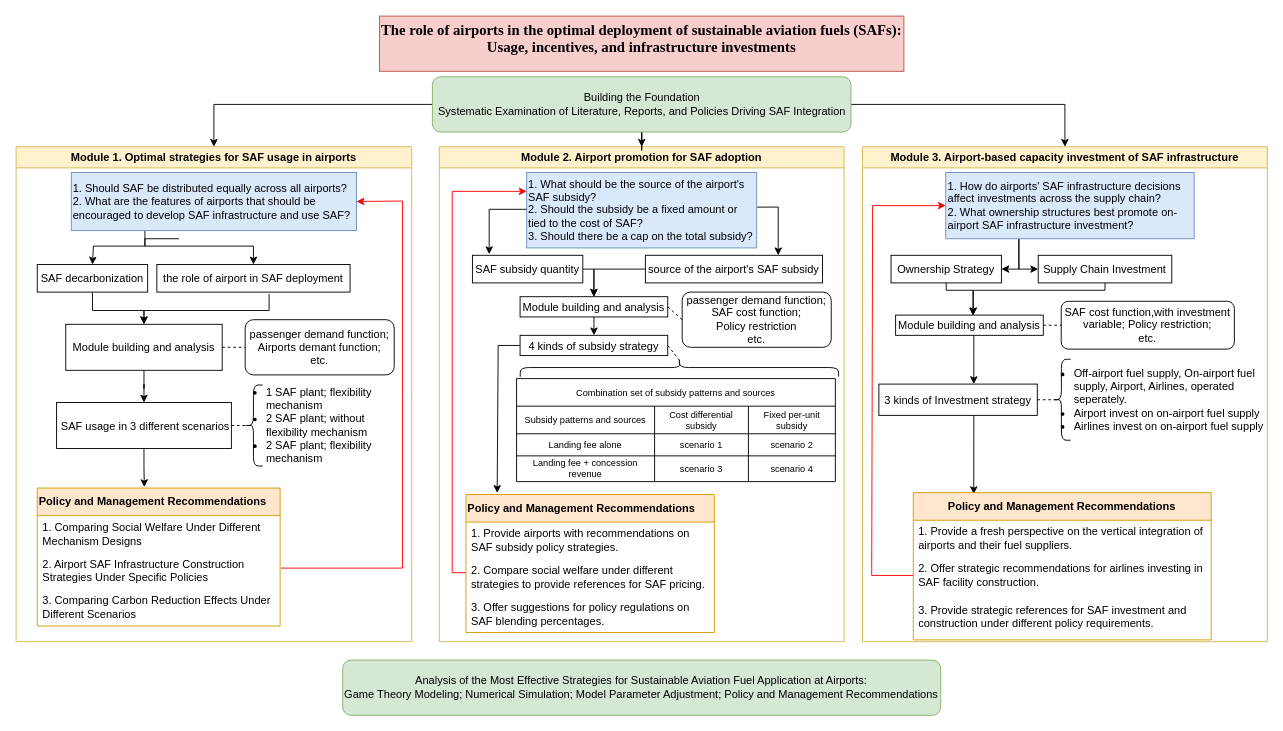
This is 技术路线图.drawio from HengfeiMa95/paper-reading, a draw.io file, before an edit. Source tidied: cells renumbered, new cells numbered last; positions are measured from the earlier drawing's top-left corner, leaving out a move shared by most shapes. Both pictures are drawn from the tidied source at 92%, with x=0, y=0 at pixel (16, 16).
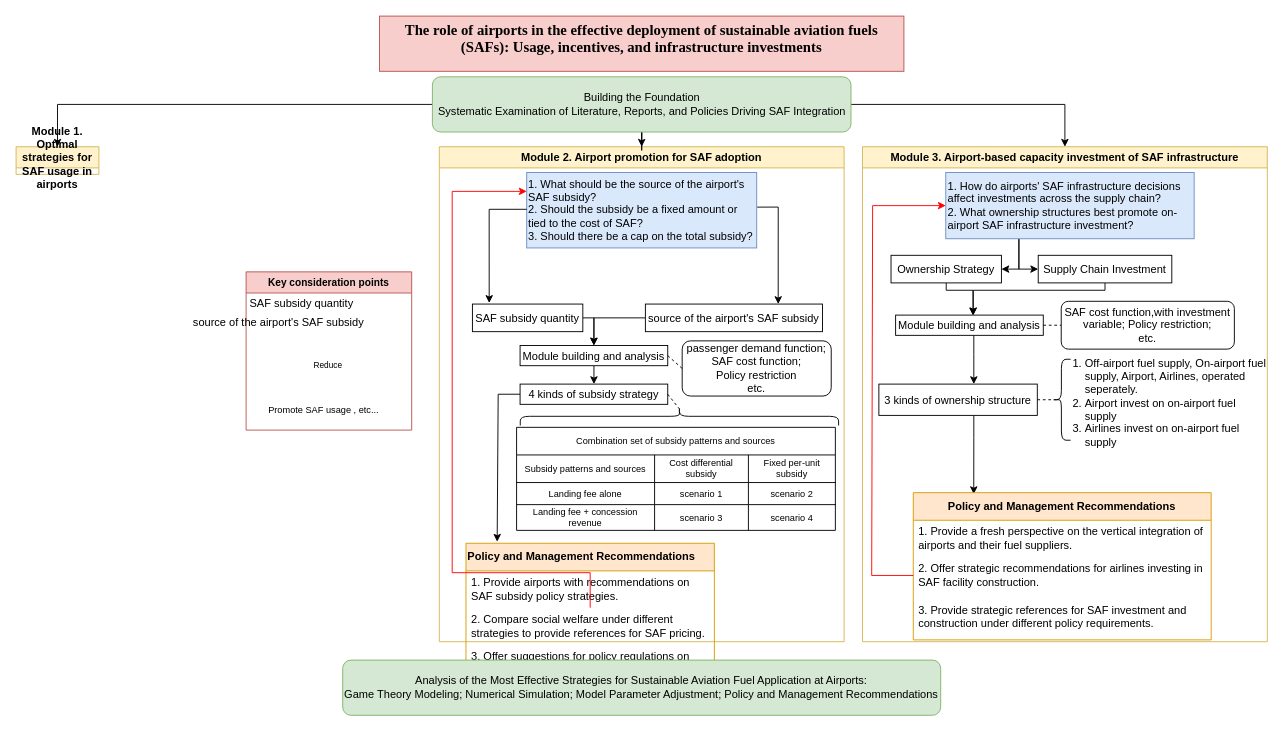
After the change.

Commit message (it also covers changes not shown here):
Update 技术路线图.drawio

Unchanged cells that the change refers to:
```xml
<mxCell id="24" value="Module 2. Airport promotion for SAF adoption" style="swimlane;whiteSpace=wrap;fillColor=#fff2cc;strokeColor=#d6b656;" parent="1" vertex="1">
  <mxGeometry x="460" y="142" width="440" height="538" as="geometry" />
</mxCell>
<mxCell id="58" value="Module 3. Airport-based capacity investment of SAF infrastructure" style="swimlane;whiteSpace=wrap;fillColor=#fff2cc;strokeColor=#d6b656;" parent="1" vertex="1">
  <mxGeometry x="920" y="142" width="440" height="538" as="geometry" />
</mxCell>
```

Change to the diagram source:
```diff
@@
-    <mxCell id="2" value="Module 1. Optimal strategies for SAF usage in airports" style="swimlane;whiteSpace=wrap;fillColor=#fff2cc;strokeColor=#d6b656;" parent="1" vertex="1">
-      <mxGeometry y="142" width="430" height="538" as="geometry" />
+    <mxCell id="2" value="Module 1. Optimal strategies for SAF usage in airports" style="swimlane;whiteSpace=wrap;fillColor=#fff2cc;strokeColor=#d6b656;" parent="1" vertex="1" collapsed="1">
+      <mxGeometry y="142" width="90" height="30" as="geometry" />
     </mxCell>
-    <mxCell id="3" style="edgeStyle=orthogonalEdgeStyle;rounded=0;jettySize=auto;html=1;" parent="2" edge="1" source="4" target="6">
-      <mxGeometry relative="1" as="geometry" />
-    </mxCell>
-    <mxCell id="4" value="SAF decarbonization" parent="2" vertex="1">
-      <mxGeometry x="23" y="128" width="120" height="30" as="geometry" />
-    </mxCell>
-    <mxCell id="5" style="edgeStyle=orthogonalEdgeStyle;rounded=0;jettySize=auto;html=1;entryX=0.5;entryY=0;entryDx=0;entryDy=0;fontFamily=Helvetica;fontSize=12;fontColor=default;" parent="2" edge="1" source="6" target="7">
-      <mxGeometry relative="1" as="geometry" />
-    </mxCell>
-    <mxCell id="6" value="Module building and analysis" parent="2" vertex="1">
-      <mxGeometry x="54" y="193" width="170" height="50" as="geometry" />
-    </mxCell>
-    <mxCell id="7" value=" SAF usage in 3 different scenarios" parent="2" vertex="1">
-      <mxGeometry x="44" y="278" width="190" height="50" as="geometry" />
-    </mxCell>
-    <mxCell id="8" style="edgeStyle=orthogonalEdgeStyle;rounded=0;orthogonalLoop=1;jettySize=auto;html=1;fontFamily=Helvetica;fontSize=12;fontColor=default;" parent="2" edge="1">
-      <mxGeometry relative="1" as="geometry">
-        <mxPoint x="275" y="160" as="sourcePoint" />
-        <mxPoint x="139" y="193" as="targetPoint" />
-        <Array as="points">
-          <mxPoint x="275" y="178" />
-          <mxPoint x="139" y="178" />
-        </Array>
-      </mxGeometry>
-    </mxCell>
-    <mxCell id="9" value="the role of airport in SAF deployment" parent="2" vertex="1">
-      <mxGeometry x="153" y="128" width="210" height="30" as="geometry" />
-    </mxCell>
-    <mxCell id="10" value="passenger demand function;&lt;div&gt;Airports demant function;&lt;/div&gt;&lt;div&gt;etc.&lt;/div&gt;" style="rounded=1;whiteSpace=wrap;html=1;" parent="2" vertex="1">
-      <mxGeometry x="249" y="188" width="162" height="60" as="geometry" />
-    </mxCell>
-    <mxCell id="11" style="endArrow=none;dashed=1;html=1;rounded=0;exitX=1;exitY=0.5;exitDx=0;exitDy=0;entryX=0;entryY=0.5;entryDx=0;entryDy=0;" parent="2" edge="1" source="6" target="10">
-      <mxGeometry relative="1" as="geometry" />
-    </mxCell>
-    <mxCell id="12" style="shape=curlyBracket;whiteSpace=wrap;html=1;rounded=1;labelPosition=left;verticalLabelPosition=middle;align=right;verticalAlign=middle;size=0.5;rotation=0;" parent="2" vertex="1">
-      <mxGeometry x="248" y="259" width="20" height="88" as="geometry" />
-    </mxCell>
-    <mxCell id="13" value="&lt;ul&gt;&lt;li&gt;1 SAF plant; flexibility mechanism&amp;nbsp;&lt;/li&gt;&lt;li&gt;2 SAF plant; without flexibility mechanism&lt;br&gt;&lt;/li&gt;&lt;li&gt;2 SAF plant; flexibility mechanism&lt;/li&gt;&lt;/ul&gt;" style="text;strokeColor=none;fillColor=none;html=1;whiteSpace=wrap;verticalAlign=middle;overflow=hidden;" parent="2" vertex="1">
-      <mxGeometry x="230" y="242" width="190" height="122" as="geometry" />
-    </mxCell>
-    <mxCell id="14" style="endArrow=none;dashed=1;html=1;rounded=0;fontFamily=Helvetica;fontSize=12;fontColor=default;entryX=0.1;entryY=0.5;entryDx=0;entryDy=0;entryPerimeter=0;exitX=1;exitY=0.5;exitDx=0;exitDy=0;" parent="2" edge="1" source="7" target="12">
-      <mxGeometry relative="1" as="geometry" />
-    </mxCell>
-    <mxCell id="15" value="&lt;span style=&quot;font-weight: 700; text-align: -webkit-center;&quot;&gt;Policy and Management Recommendations&lt;/span&gt;" style="swimlane;fontStyle=0;horizontal=1;startSize=30;whiteSpace=wrap;html=1;align=left;verticalAlign=middle;fontFamily=Helvetica;fontSize=12;fillColor=#ffe6cc;strokeColor=#d79b00;" parent="2" vertex="1">
-      <mxGeometry x="23" y="371" width="264" height="150" as="geometry" />
-    </mxCell>
-    <mxCell id="16" value="1. Comparing Social Welfare Under Different Mechanism Designs" style="text;strokeColor=none;fillColor=none;align=left;verticalAlign=middle;spacingLeft=4;spacingRight=4;overflow=hidden;whiteSpace=wrap;html=1;fontFamily=Helvetica;fontSize=12;fontColor=default;" parent="15" vertex="1">
-      <mxGeometry y="30" width="264" height="40" as="geometry" />
-    </mxCell>
-    <mxCell id="17" value="2. Airport SAF Infrastructure Construction Strategies Under Specific Policies" style="text;strokeColor=none;fillColor=none;align=left;verticalAlign=middle;spacingLeft=4;spacingRight=4;overflow=hidden;whiteSpace=wrap;html=1;fontFamily=Helvetica;fontSize=12;fontColor=default;" parent="15" vertex="1">
-      <mxGeometry y="70" width="264" height="40" as="geometry" />
-    </mxCell>
-    <mxCell id="18" value="3. Comparing Carbon Reduction Effects Under Different Scenarios" style="text;strokeColor=none;fillColor=none;align=left;verticalAlign=middle;spacingLeft=4;spacingRight=4;overflow=hidden;whiteSpace=wrap;html=1;fontFamily=Helvetica;fontSize=12;fontColor=default;" parent="15" vertex="1">
-      <mxGeometry y="110" width="264" height="40" as="geometry" />
-    </mxCell>
-    <mxCell id="19" style="edgeStyle=orthogonalEdgeStyle;rounded=0;jettySize=auto;html=1;entryX=0.5;entryY=0;entryDx=0;entryDy=0;fontFamily=Helvetica;fontSize=12;fontColor=default;" parent="2" edge="1" source="21" target="9">
-      <mxGeometry relative="1" as="geometry">
-        <Array as="points">
-          <mxPoint x="140" y="108" />
-          <mxPoint x="258" y="108" />
-        </Array>
-      </mxGeometry>
-    </mxCell>
-    <mxCell id="20" style="edgeStyle=orthogonalEdgeStyle;rounded=0;orthogonalLoop=1;jettySize=auto;html=1;entryX=0.5;entryY=0;entryDx=0;entryDy=0;fontFamily=Helvetica;fontSize=12;fontColor=default;" parent="2" edge="1">
-      <mxGeometry relative="1" as="geometry">
-        <mxPoint x="177" y="100" as="sourcePoint" />
-        <mxPoint x="83" y="128" as="targetPoint" />
-        <Array as="points">
-          <mxPoint x="140" y="100" />
-          <mxPoint x="140" y="108" />
-          <mxPoint x="84" y="108" />
-          <mxPoint x="84" y="128" />
-        </Array>
-      </mxGeometry>
-    </mxCell>
-    <mxCell id="21" value="1. Should SAF be distributed equally across all airports?&amp;nbsp;&lt;div&gt;&lt;span style=&quot;background-color: initial;&quot;&gt;2. What are the features of airports that should be encouraged to develop SAF infrastructure and use SAF?&lt;/span&gt;&lt;br&gt;&lt;/div&gt;" style="text;strokeColor=#6c8ebf;fillColor=#dae8fc;html=1;whiteSpace=wrap;verticalAlign=middle;overflow=hidden;" parent="2" vertex="1">
-      <mxGeometry x="60" y="28" width="310" height="63" as="geometry" />
-    </mxCell>
-    <mxCell id="22" style="endArrow=classic;html=1;rounded=0;fontFamily=Helvetica;fontSize=12;fontColor=default;entryX=1;entryY=0.5;entryDx=0;entryDy=0;strokeColor=#FF0000;" parent="2" edge="1" target="21">
-      <mxGeometry relative="1" as="geometry">
-        <mxPoint x="288" y="458" as="sourcePoint" />
-        <Array as="points">
-          <mxPoint x="420" y="458" />
-          <mxPoint x="420" y="268" />
-          <mxPoint x="420" y="59" />
-        </Array>
-      </mxGeometry>
-    </mxCell>
-    <mxCell id="23" style="edgeStyle=orthogonalEdgeStyle;rounded=0;jettySize=auto;html=1;entryX=0.441;entryY=-0.007;entryDx=0;entryDy=0;entryPerimeter=0;fontFamily=Helvetica;fontSize=12;fontColor=default;" parent="2" edge="1" source="7" target="15">
-      <mxGeometry relative="1" as="geometry" />
-    </mxCell>
@@
     <mxCell id="25" style="edgeStyle=orthogonalEdgeStyle;rounded=0;jettySize=auto;html=1;entryX=0.5;entryY=0;entryDx=0;entryDy=0;fontFamily=Helvetica;fontSize=12;fontColor=default;" parent="24" edge="1" source="26" target="32">
       <mxGeometry relative="1" as="geometry">
         <Array as="points">
-          <mxPoint x="168" y="133" />
+          <mxPoint x="168" y="186" />
         </Array>
       </mxGeometry>
     </mxCell>
     <mxCell id="26" value="SAF subsidy quantity" parent="24" vertex="1">
-      <mxGeometry x="36" y="118" width="120" height="30" as="geometry" />
+      <mxGeometry x="36" y="171" width="120" height="30" as="geometry" />
     </mxCell>
     <mxCell id="27" style="edgeStyle=orthogonalEdgeStyle;rounded=0;jettySize=auto;html=1;entryX=0.5;entryY=0;entryDx=0;entryDy=0;fontFamily=Helvetica;fontSize=12;fontColor=default;" parent="24" edge="1" source="28" target="32">
       <mxGeometry relative="1" as="geometry">
         <Array as="points">
-          <mxPoint x="168" y="133" />
+          <mxPoint x="168" y="186" />
         </Array>
       </mxGeometry>
     </mxCell>
     <mxCell id="28" value="source of the airport's SAF subsidy" parent="24" vertex="1">
-      <mxGeometry x="224" y="118" width="192.5" height="30" as="geometry" />
+      <mxGeometry x="224" y="171" width="192.5" height="30" as="geometry" />
     </mxCell>
@@
     <mxCell id="32" value="Module building and analysis" parent="24" vertex="1">
-      <mxGeometry x="87.8" y="163" width="160.5" height="22" as="geometry" />
+      <mxGeometry x="87.8" y="216" width="160.5" height="22" as="geometry" />
     </mxCell>
     <mxCell id="33" value="4 kinds of subsidy strategy" parent="24" vertex="1">
-      <mxGeometry x="87.8" y="205" width="160.5" height="22" as="geometry" />
+      <mxGeometry x="87.8" y="258" width="160.5" height="22" as="geometry" />
     </mxCell>
     <mxCell id="34" value="passenger demand function;&lt;div&gt;SAF cost function;&lt;/div&gt;&lt;div&gt;Policy restriction&lt;/div&gt;&lt;div&gt;etc.&lt;/div&gt;" style="rounded=1;whiteSpace=wrap;html=1;" parent="24" vertex="1">
-      <mxGeometry x="264" y="158" width="162" height="60" as="geometry" />
+      <mxGeometry x="264" y="211" width="162" height="60" as="geometry" />
     </mxCell>
@@
     <mxCell id="36" style="shape=curlyBracket;whiteSpace=wrap;html=1;rounded=1;labelPosition=left;verticalLabelPosition=middle;align=right;verticalAlign=middle;size=0.5;rotation=90;" parent="24" vertex="1">
-      <mxGeometry x="251" y="67" width="20" height="346" as="geometry" />
+      <mxGeometry x="251" y="120" width="20" height="346" as="geometry" />
     </mxCell>
@@
     <mxCell id="38" value="Combination set of subsidy patterns and sources" style="shape=table;startSize=30;childLayout=tableLayout;strokeColor=default;align=center;verticalAlign=middle;fillColor=none;gradientColor=none;fontSize=10;" parent="24" vertex="1">
-      <mxGeometry x="84" y="252" width="346.5" height="112" as="geometry" />
+      <mxGeometry x="84" y="305" width="346.5" height="112" as="geometry" />
     </mxCell>
@@
     <mxCell id="51" value="&lt;span style=&quot;font-weight: 700; text-align: -webkit-center;&quot;&gt;Policy and Management Recommendations&lt;/span&gt;" style="swimlane;fontStyle=0;horizontal=1;startSize=30;whiteSpace=wrap;html=1;align=left;verticalAlign=middle;fontFamily=Helvetica;fontSize=12;fillColor=#ffe6cc;strokeColor=#d79b00;" parent="24" vertex="1">
-      <mxGeometry x="29" y="378" width="270" height="150" as="geometry" />
+      <mxGeometry x="29" y="431" width="270" height="150" as="geometry" />
     </mxCell>
@@
     <mxCell id="57" style="endArrow=classic;html=1;rounded=0;fontFamily=Helvetica;fontSize=12;fontColor=default;entryX=0.033;entryY=-0.012;entryDx=0;entryDy=0;entryPerimeter=0;exitX=0;exitY=0.5;exitDx=0;exitDy=0;" parent="24" edge="1" source="33">
       <mxGeometry relative="1" as="geometry">
-        <mxPoint x="62.9" y="376.3" as="targetPoint" />
+        <mxPoint x="62.9" y="429.3" as="targetPoint" />
         <Array as="points">
-          <mxPoint x="64" y="216" />
+          <mxPoint x="64" y="269" />
         </Array>
       </mxGeometry>
     </mxCell>
@@
-    <mxCell id="70" value="3 kinds of Investment strategy" parent="58" vertex="1">
+    <mxCell id="70" value="3 kinds of ownership structure" parent="58" vertex="1">
       <mxGeometry x="17.8" y="258" width="172.2" height="34" as="geometry" />
     </mxCell>
@@
-    <mxCell id="72" value="&lt;ul&gt;&lt;li&gt;&lt;span style=&quot;background-color: initial;&quot;&gt;Off-airport fuel supply, On-airport fuel supply, Airport, Airlines, operated seperately.&lt;/span&gt;&lt;/li&gt;&lt;li&gt;&lt;span style=&quot;background-color: initial;&quot;&gt;Airport invest on on-airport fuel supply&lt;/span&gt;&lt;/li&gt;&lt;li&gt;&lt;span style=&quot;background-color: initial;&quot;&gt;Airlines invest on on-airport fuel supply&amp;nbsp;&lt;/span&gt;&lt;/li&gt;&lt;/ul&gt;" style="text;strokeColor=none;fillColor=none;html=1;whiteSpace=wrap;verticalAlign=middle;overflow=hidden;" parent="58" vertex="1">
-      <mxGeometry x="188.2" y="214" width="251.8" height="122" as="geometry" />
+    <mxCell id="72" value="&lt;ol&gt;&lt;li&gt;&lt;span style=&quot;background-color: initial;&quot;&gt;Off-airport fuel supply, On-airport fuel supply, Airport, Airlines, operated seperately.&lt;/span&gt;&lt;/li&gt;&lt;li&gt;&lt;span style=&quot;background-color: initial;&quot;&gt;Airport invest on on-airport fuel supply&lt;/span&gt;&lt;/li&gt;&lt;li&gt;&lt;span style=&quot;background-color: initial;&quot;&gt;Airlines invest on on-airport fuel supply&amp;nbsp;&lt;/span&gt;&lt;/li&gt;&lt;/ol&gt;" style="text;strokeColor=none;fillColor=none;html=1;whiteSpace=wrap;verticalAlign=middle;overflow=hidden;" parent="58" vertex="1">
+      <mxGeometry x="200" y="214" width="240" height="122" as="geometry" />
     </mxCell>
@@
-    <mxCell id="80" value="&lt;p class=&quot;MsoNormal&quot; style=&quot;margin: 0cm 0cm 8pt; line-height: normal; font-size: 11pt; font-family: DengXian;&quot;&gt;&lt;b&gt;&lt;span lang=&quot;EN-US&quot; style=&quot;font-size: 12pt; font-family: &amp;quot;Times New Roman&amp;quot;, serif;&quot;&gt;The role of airports in the optimal deployment of sustainable aviation fuels (SAFs): Usage, incentives, and infrastructure investments&lt;/span&gt;&lt;/b&gt;&lt;/p&gt;" style="rounded=0;whiteSpace=wrap;html=1;align=center;verticalAlign=top;fillColor=#f8cecc;strokeColor=#b85450;" parent="1" vertex="1">
+    <mxCell id="80" value="&lt;p class=&quot;MsoNormal&quot; style=&quot;margin: 0cm 0cm 8pt; line-height: normal; font-size: 11pt; font-family: DengXian;&quot;&gt;&lt;b&gt;&lt;span lang=&quot;EN-US&quot; style=&quot;font-size: 12pt; font-family: &amp;quot;Times New Roman&amp;quot;, serif;&quot;&gt;The role of airports in the effective deployment of sustainable aviation fuels (SAFs): Usage, incentives, and infrastructure investments&lt;/span&gt;&lt;/b&gt;&lt;/p&gt;" style="rounded=0;whiteSpace=wrap;html=1;align=center;verticalAlign=top;fillColor=#f8cecc;strokeColor=#b85450;" parent="1" vertex="1">
       <mxGeometry x="395" width="570" height="60" as="geometry" />
     </mxCell>
@@
+    <mxCell id="86" value="Key consideration points" style="swimlane;fillColor=#f8cecc;strokeColor=#b85450;fontSize=11;" parent="1" vertex="1">
+      <mxGeometry x="250" y="278" width="180" height="172" as="geometry" />
+    </mxCell>
+    <mxCell id="87" value="Promote SAF usage , etc..." style="text;html=1;align=center;verticalAlign=middle;strokeColor=none;fillColor=none;fontSize=10;" parent="86" vertex="1">
+      <mxGeometry x="14" y="135" width="140" height="30" as="geometry" />
+    </mxCell>
+    <mxCell id="88" value="&lt;span style=&quot;font-size: 12px;&quot;&gt;SAF subsidy quantity&lt;/span&gt;" style="text;html=1;align=center;verticalAlign=middle;strokeColor=none;fillColor=none;fontSize=10;" parent="86" vertex="1">
+      <mxGeometry x="-10" y="20" width="140" height="30" as="geometry" />
+    </mxCell>
+    <mxCell id="89" value="&lt;span style=&quot;font-size: 12px;&quot;&gt;source of the airport's SAF subsidy&lt;/span&gt;" style="text;html=1;align=center;verticalAlign=middle;strokeColor=none;fillColor=none;fontSize=10;" parent="86" vertex="1">
+      <mxGeometry x="-70" y="40" width="210" height="30" as="geometry" />
+    </mxCell>
+    <mxCell id="90" value="Reduce&amp;nbsp;" style="text;html=1;align=center;verticalAlign=middle;strokeColor=none;fillColor=none;fontSize=9;" parent="86" vertex="1">
+      <mxGeometry x="60" y="92" width="60" height="20" as="geometry" />
+    </mxCell>
```
